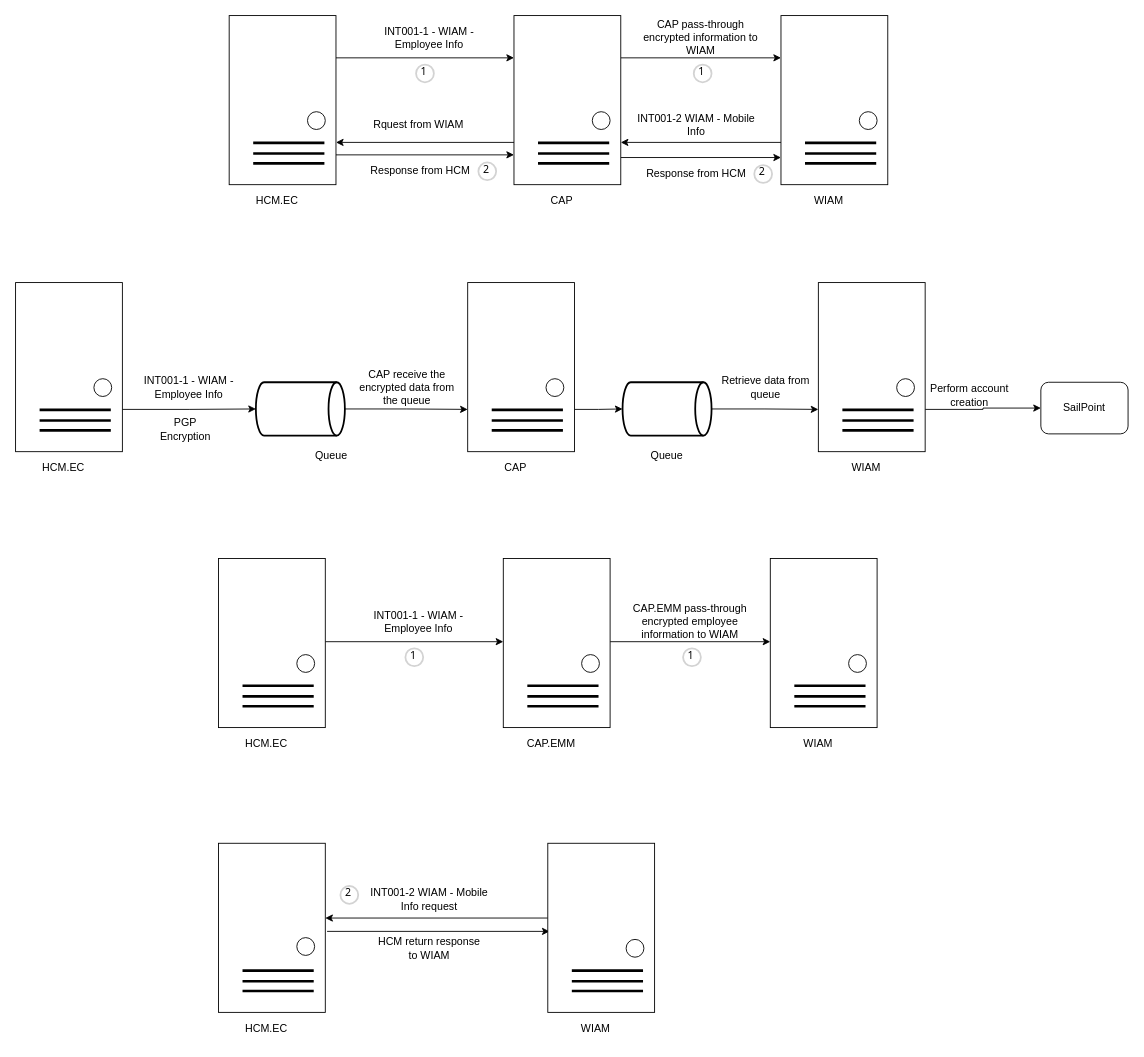
This is page "INT001-1" (2 of 10) of Untitled Diagram.drawio from wsxad234/flowchart, a draw.io file, before an edit. Source tidied: cells renumbered, new cells numbered last; positions are measured from the earlier drawing's top-left corner, leaving out a move shared by most shapes. Both pictures are drawn from the tidied source at 89%, with x=0, y=0 at pixel (15, 15).
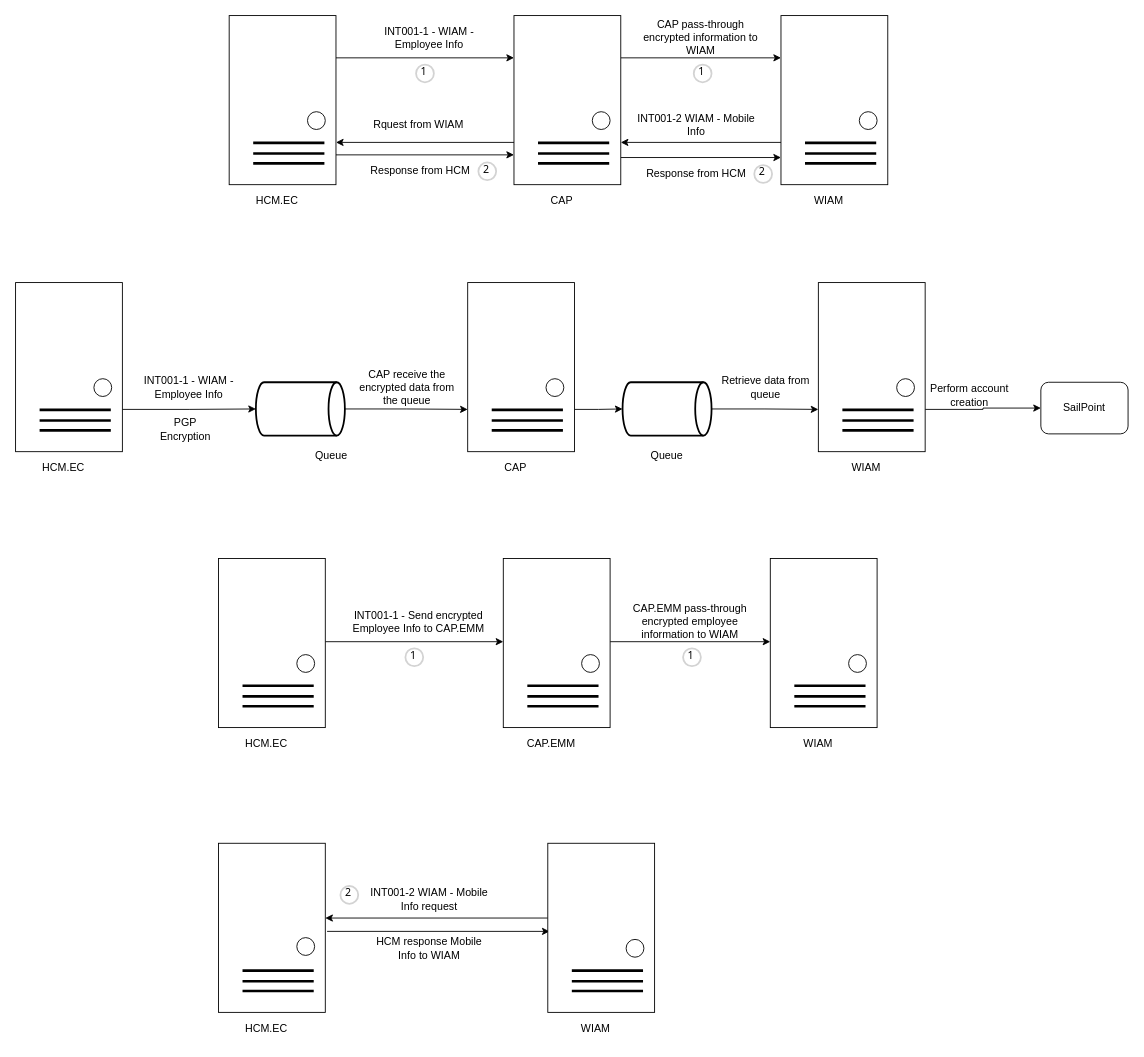
Above is the later version.

Diff of the diagram source:
```diff
@@
-    <mxCell id="89" value="INT001-1 - WIAM - Employee Info" style="text;html=1;strokeColor=none;fillColor=none;align=center;verticalAlign=middle;whiteSpace=wrap;rounded=0;" parent="1" vertex="1">
+    <mxCell id="89" value="INT001-1 - Send encrypted Employee Info to CAP.EMM" style="text;html=1;strokeColor=none;fillColor=none;align=center;verticalAlign=middle;whiteSpace=wrap;rounded=0;" parent="1" vertex="1">
       <mxGeometry x="378" y="666" width="150" height="30" as="geometry" />
     </mxCell>
@@
-    <mxCell id="108" value="HCM return response to WIAM" style="text;html=1;strokeColor=none;fillColor=none;align=center;verticalAlign=middle;whiteSpace=wrap;rounded=0;" parent="1" vertex="1">
+    <mxCell id="108" value="HCM response Mobile Info to WIAM" style="text;html=1;strokeColor=none;fillColor=none;align=center;verticalAlign=middle;whiteSpace=wrap;rounded=0;" parent="1" vertex="1">
       <mxGeometry x="400" y="1033" width="130" height="30" as="geometry" />
     </mxCell>
```
